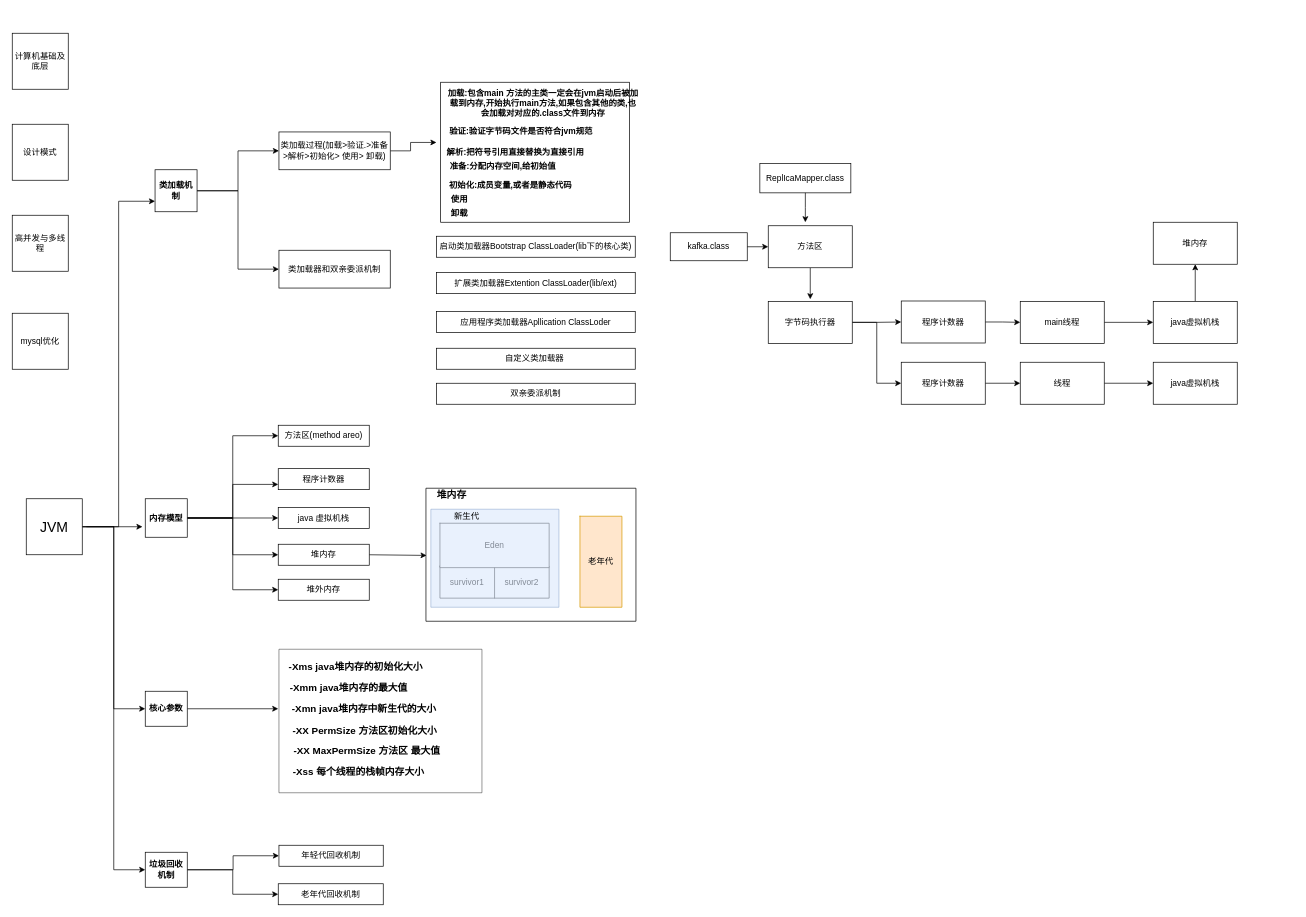
Above: 提纲.drawio in yuchunyi/test1 (draw.io), before the change. Source tidied: cells renumbered, new cells numbered last; positions are measured from the earlier drawing's top-left corner, leaving out a move shared by most shapes. Both pictures are drawn from the tidied source at 70%, with x=0, y=0 at pixel (12, 33).
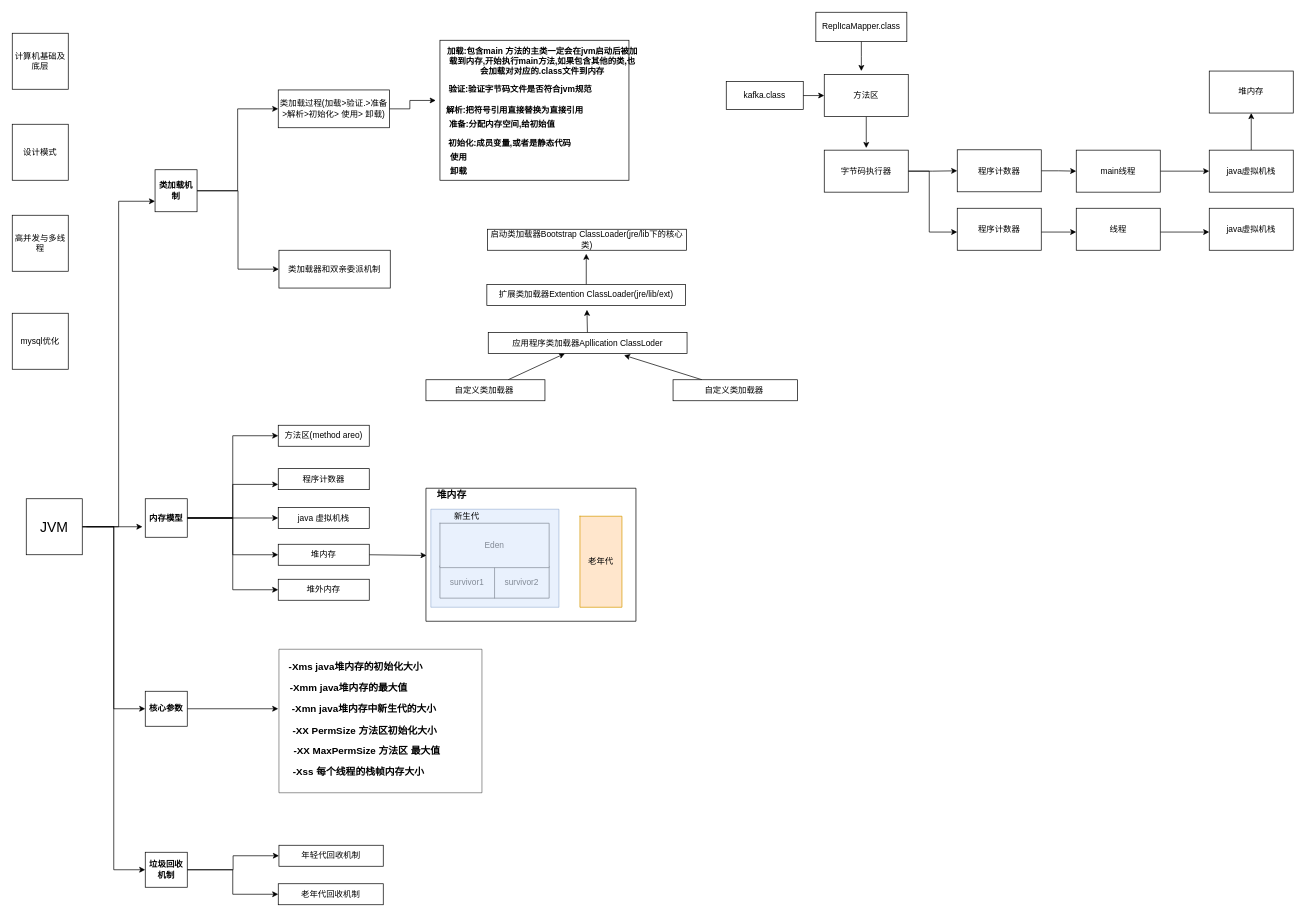
Above is the later version.

Change to the diagram source:
```diff
@@
     <mxCell id="55" value="类加载过程(加载&amp;gt;验证.&amp;gt;准备&amp;gt;解析&amp;gt;初始化&amp;gt; 使用&amp;gt; 卸载)" style="rounded=0;whiteSpace=wrap;html=1;" parent="1" vertex="1">
-      <mxGeometry x="381" y="141" width="159" height="54" as="geometry" />
+      <mxGeometry x="380" y="81" width="159" height="54" as="geometry" />
     </mxCell>
     <mxCell id="56" style="rounded=0;whiteSpace=wrap;html=1;" parent="1" vertex="1">
-      <mxGeometry x="612" y="70" width="270" height="200" as="geometry" />
+      <mxGeometry x="611" y="10" width="270" height="200" as="geometry" />
     </mxCell>
     <mxCell id="57" value="加载:包含main 方法的主类一定会在jvm启动后被加载到内存,开始执行main方法,如果包含其他的类,也会加载对对应的.class文件到内存" style="text;html=1;strokeColor=none;fillColor=none;align=center;verticalAlign=middle;whiteSpace=wrap;rounded=0;fontStyle=1;" parent="1" vertex="1">
-      <mxGeometry x="619" y="90" width="279" height="20" as="geometry" />
+      <mxGeometry x="618" y="30" width="279" height="20" as="geometry" />
     </mxCell>
     <mxCell id="58" value="验证:验证字节码文件是否符合jvm规范" style="text;html=1;strokeColor=none;fillColor=none;align=center;verticalAlign=middle;whiteSpace=wrap;rounded=0;fontStyle=1;" parent="1" vertex="1">
-      <mxGeometry x="591" y="131" width="272" height="20" as="geometry" />
+      <mxGeometry x="590" y="71" width="272" height="20" as="geometry" />
     </mxCell>
     <mxCell id="59" value="准备:分配内存空间,给初始值" style="text;html=1;strokeColor=none;fillColor=none;align=center;verticalAlign=middle;whiteSpace=wrap;rounded=0;fontStyle=1;" parent="1" vertex="1">
-      <mxGeometry x="606" y="180" width="190" height="20" as="geometry" />
+      <mxGeometry x="605" y="120" width="190" height="20" as="geometry" />
     </mxCell>
     <mxCell id="60" value="解析:把符号引用直接替换为直接引用" style="text;html=1;strokeColor=none;fillColor=none;align=center;verticalAlign=middle;whiteSpace=wrap;rounded=0;fontStyle=1;" parent="1" vertex="1">
-      <mxGeometry x="598" y="160" width="242" height="20" as="geometry" />
+      <mxGeometry x="597" y="100" width="242" height="20" as="geometry" />
     </mxCell>
     <mxCell id="61" value="初始化:成员变量,或者是静态代码" style="text;html=1;strokeColor=none;fillColor=none;align=center;verticalAlign=middle;whiteSpace=wrap;rounded=0;fontStyle=1;" parent="1" vertex="1">
-      <mxGeometry x="606" y="208" width="212" height="20" as="geometry" />
+      <mxGeometry x="605" y="148" width="212" height="20" as="geometry" />
     </mxCell>
     <mxCell id="62" value="卸载" style="text;html=1;strokeColor=none;fillColor=none;align=center;verticalAlign=middle;whiteSpace=wrap;rounded=0;fontStyle=1;" parent="1" vertex="1">
-      <mxGeometry x="619" y="248" width="40" height="20" as="geometry" />
+      <mxGeometry x="618" y="188" width="40" height="20" as="geometry" />
     </mxCell>
     <mxCell id="63" value="使用" style="text;html=1;strokeColor=none;fillColor=none;align=center;verticalAlign=middle;whiteSpace=wrap;rounded=0;fontStyle=1;" parent="1" vertex="1">
-      <mxGeometry x="619" y="228" width="40" height="20" as="geometry" />
+      <mxGeometry x="618" y="168" width="40" height="20" as="geometry" />
     </mxCell>
@@
+    <mxCell id="91" style="edgeStyle=none;rounded=0;jettySize=auto;html=1;" parent="1" edge="1" source="65" target="66">
+      <mxGeometry relative="1" as="geometry" />
+    </mxCell>
     <mxCell id="65" value="自定义类加载器&amp;nbsp;" style="rounded=0;whiteSpace=wrap;html=1;" parent="1" vertex="1">
-      <mxGeometry x="606" y="450" width="284" height="30" as="geometry" />
+      <mxGeometry x="591" y="495" width="170" height="30" as="geometry" />
     </mxCell>
+    <mxCell id="92" style="rounded=0;jettySize=auto;html=1;" parent="1" edge="1" source="66">
+      <mxGeometry relative="1" as="geometry">
+        <mxPoint x="821" y="395" as="targetPoint" />
+      </mxGeometry>
+    </mxCell>
     <mxCell id="66" value="应用程序类加载器Apllication ClassLoder" style="rounded=0;whiteSpace=wrap;html=1;" parent="1" vertex="1">
-      <mxGeometry x="606" y="397.5" width="284" height="30" as="geometry" />
+      <mxGeometry x="680" y="427.5" width="284" height="30" as="geometry" />
     </mxCell>
+    <mxCell id="93" style="edgeStyle=none;rounded=0;jettySize=auto;html=1;" parent="1" edge="1" source="67">
+      <mxGeometry relative="1" as="geometry">
+        <mxPoint x="820" y="315" as="targetPoint" />
+      </mxGeometry>
+    </mxCell>
-    <mxCell id="67" value="扩展类加载器Extention ClassLoader(lib/ext)" style="rounded=0;whiteSpace=wrap;html=1;" parent="1" vertex="1">
-      <mxGeometry x="606" y="342" width="284" height="30" as="geometry" />
+    <mxCell id="67" value="扩展类加载器Extention ClassLoader(jre/lib/ext)" style="rounded=0;whiteSpace=wrap;html=1;" parent="1" vertex="1">
+      <mxGeometry x="678" y="359" width="284" height="30" as="geometry" />
     </mxCell>
-    <mxCell id="68" value="启动类加载器Bootstrap ClassLoader(lib下的核心类)" style="rounded=0;whiteSpace=wrap;html=1;" parent="1" vertex="1">
-      <mxGeometry x="606" y="290" width="284" height="30" as="geometry" />
+    <mxCell id="68" value="启动类加载器Bootstrap ClassLoader(jre/lib下的核心类)" style="rounded=0;whiteSpace=wrap;html=1;" parent="1" vertex="1">
+      <mxGeometry x="679" y="280" width="284" height="30" as="geometry" />
     </mxCell>
-    <mxCell id="69" value="双亲委派机制" style="rounded=0;whiteSpace=wrap;html=1;" parent="1" vertex="1">
-      <mxGeometry x="606" y="500" width="284" height="30" as="geometry" />
-    </mxCell>
     <mxCell id="70" style="edgeStyle=none;rounded=0;jettySize=auto;html=1;" parent="1" edge="1" source="71">
       <mxGeometry relative="1" as="geometry">
-        <mxPoint x="1140" y="380" as="targetPoint" />
+        <mxPoint x="1220" y="164" as="targetPoint" />
       </mxGeometry>
     </mxCell>
     <mxCell id="71" value="方法区" style="rounded=0;whiteSpace=wrap;html=1;" parent="1" vertex="1">
-      <mxGeometry x="1080" y="275" width="120" height="60" as="geometry" />
+      <mxGeometry x="1160" y="59" width="120" height="60" as="geometry" />
     </mxCell>
@@
-    <mxCell id="73" style="edgeStyle=orthogonalEdgeStyle;rounded=0;jettySize=auto;html=1;entryX=0;entryY=0.5;entryDx=0;entryDy=0;" parent="1" edge="1" source="74" target="78">
-      <mxGeometry relative="1" as="geometry" />
+    <mxCell id="73" style="edgeStyle=orthogonalEdgeStyle;rounded=0;jettySize=auto;html=1;entryX=0;entryY=0.5;entryDx=0;entryDy=0;" parent="1" edge="1" source="74">
+      <mxGeometry relative="1" as="geometry">
+        <mxPoint x="1350" y="284" as="targetPoint" />
+        <Array as="points">
+          <mxPoint x="1310" y="197" />
+          <mxPoint x="1310" y="284" />
+        </Array>
+      </mxGeometry>
     </mxCell>
     <mxCell id="74" value="字节码执行器" style="rounded=0;whiteSpace=wrap;html=1;" parent="1" vertex="1">
-      <mxGeometry x="1080" y="383" width="120" height="60" as="geometry" />
+      <mxGeometry x="1160" y="167" width="120" height="60" as="geometry" />
     </mxCell>
@@
     <mxCell id="76" value="程序计数器" style="rounded=0;whiteSpace=wrap;html=1;" parent="1" vertex="1">
-      <mxGeometry x="1270" y="382.5" width="120" height="60" as="geometry" />
+      <mxGeometry x="1350" y="166.5" width="120" height="60" as="geometry" />
     </mxCell>
-    <mxCell id="77" style="edgeStyle=orthogonalEdgeStyle;rounded=0;jettySize=auto;html=1;entryX=0;entryY=0.5;entryDx=0;entryDy=0;" parent="1" edge="1" source="78" target="82">
-      <mxGeometry relative="1" as="geometry" />
+    <mxCell id="77" style="edgeStyle=orthogonalEdgeStyle;rounded=0;orthogonalLoop=1;jettySize=auto;html=1;entryX=0;entryY=0.5;entryDx=0;entryDy=0;" parent="1" edge="1">
+      <mxGeometry relative="1" as="geometry">
+        <mxPoint x="1470" y="284" as="sourcePoint" />
+        <mxPoint x="1520" y="284" as="targetPoint" />
+      </mxGeometry>
     </mxCell>
     <mxCell id="78" value="程序计数器" style="rounded=0;whiteSpace=wrap;html=1;" parent="1" vertex="1">
-      <mxGeometry x="1270" y="470" width="120" height="60" as="geometry" />
+      <mxGeometry x="1350" y="250" width="120" height="60" as="geometry" />
     </mxCell>
@@
     <mxCell id="80" value="main线程" style="rounded=0;whiteSpace=wrap;html=1;" parent="1" vertex="1">
-      <mxGeometry x="1440" y="383" width="120" height="60" as="geometry" />
+      <mxGeometry x="1520" y="167" width="120" height="60" as="geometry" />
     </mxCell>
-    <mxCell id="81" style="edgeStyle=orthogonalEdgeStyle;rounded=0;jettySize=auto;html=1;entryX=0;entryY=0.5;entryDx=0;entryDy=0;" parent="1" edge="1" source="82" target="85">
-      <mxGeometry relative="1" as="geometry" />
+    <mxCell id="81" style="edgeStyle=orthogonalEdgeStyle;rounded=0;orthogonalLoop=1;jettySize=auto;html=1;entryX=0;entryY=0.5;entryDx=0;entryDy=0;" parent="1" edge="1">
+      <mxGeometry relative="1" as="geometry">
+        <mxPoint x="1640" y="284" as="sourcePoint" />
+        <mxPoint x="1710" y="284" as="targetPoint" />
+      </mxGeometry>
     </mxCell>
     <mxCell id="82" value="线程" style="rounded=0;whiteSpace=wrap;html=1;" parent="1" vertex="1">
-      <mxGeometry x="1440" y="470" width="120" height="60" as="geometry" />
+      <mxGeometry x="1520" y="250" width="120" height="60" as="geometry" />
     </mxCell>
@@
     <mxCell id="84" value="java虚拟机栈" style="rounded=0;whiteSpace=wrap;html=1;" parent="1" vertex="1">
-      <mxGeometry x="1630" y="383" width="120" height="60" as="geometry" />
+      <mxGeometry x="1710" y="167" width="120" height="60" as="geometry" />
     </mxCell>
     <mxCell id="85" value="java虚拟机栈" style="rounded=0;whiteSpace=wrap;html=1;" parent="1" vertex="1">
-      <mxGeometry x="1630" y="470" width="120" height="60" as="geometry" />
+      <mxGeometry x="1710" y="250" width="120" height="60" as="geometry" />
     </mxCell>
     <mxCell id="86" value="堆内存" style="rounded=0;whiteSpace=wrap;html=1;" parent="1" vertex="1">
-      <mxGeometry x="1630" y="270" width="120" height="60" as="geometry" />
+      <mxGeometry x="1710" y="54" width="120" height="60" as="geometry" />
     </mxCell>
     <mxCell id="87" style="edgeStyle=orthogonalEdgeStyle;rounded=0;jettySize=auto;html=1;" parent="1" edge="1" source="88">
       <mxGeometry relative="1" as="geometry">
-        <mxPoint x="1133" y="270" as="targetPoint" />
+        <mxPoint x="1213" y="54" as="targetPoint" />
       </mxGeometry>
     </mxCell>
     <mxCell id="88" value="&lt;span&gt;ReplIcaMapper.class&lt;/span&gt;" style="rounded=0;whiteSpace=wrap;html=1;fillColor=none;" parent="1" vertex="1">
-      <mxGeometry x="1068" y="186" width="130" height="42" as="geometry" />
+      <mxGeometry x="1148" y="-30" width="130" height="42" as="geometry" />
     </mxCell>
@@
     <mxCell id="90" value="&lt;span&gt;kafka.class&lt;/span&gt;" style="rounded=0;whiteSpace=wrap;html=1;fillColor=none;" parent="1" vertex="1">
-      <mxGeometry x="940" y="285" width="110" height="40" as="geometry" />
+      <mxGeometry x="1020" y="69" width="110" height="40" as="geometry" />
     </mxCell>
+    <mxCell id="94" style="edgeStyle=none;rounded=0;jettySize=auto;html=1;entryX=0.683;entryY=1.083;entryDx=0;entryDy=0;entryPerimeter=0;" parent="1" edge="1" source="95" target="66">
+      <mxGeometry relative="1" as="geometry" />
+    </mxCell>
+    <mxCell id="95" value="自定义类加载器&amp;nbsp;" style="rounded=0;whiteSpace=wrap;html=1;" parent="1" vertex="1">
+      <mxGeometry x="944" y="495" width="178" height="30" as="geometry" />
+    </mxCell>
```
